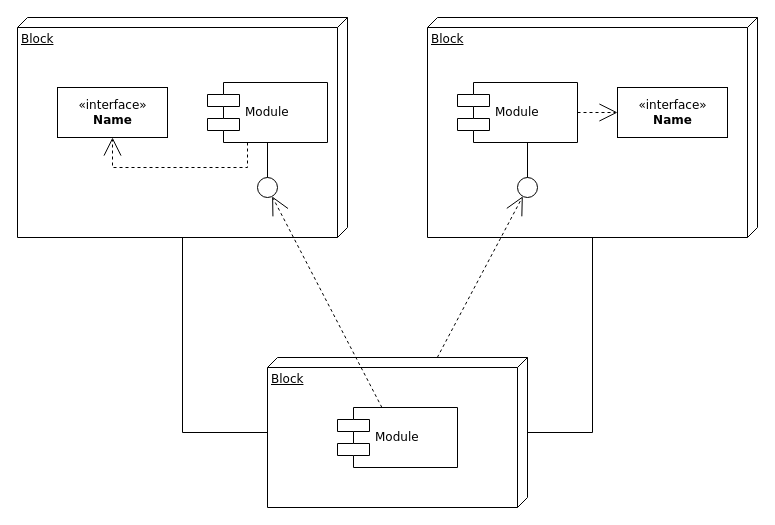
Earlier version of the draw.io diagram page "Page-1" (1 of 3) of Untitled Diagram.drawio (Adiudiu/test). Source tidied: cells renumbered, new cells numbered last; positions are measured from the earlier drawing's top-left corner, leaving out a move shared by most shapes. Both pictures are drawn from the tidied source at 100%, with x=0, y=0 at pixel (17, 17).
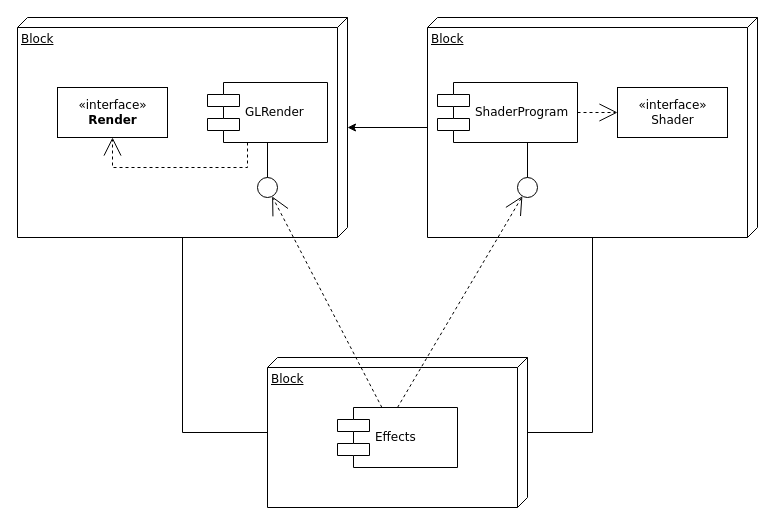
Above is the later version.

The change refers to these unchanged cells:
```xml
<mxCell id="2" value="Block" style="verticalAlign=top;align=left;spacingTop=8;spacingLeft=2;spacingRight=12;shape=cube;size=10;direction=south;fontStyle=4;html=1;rounded=0;shadow=0;comic=0;labelBackgroundColor=none;strokeWidth=1;fontFamily=Verdana;fontSize=12;" parent="1" vertex="1">
  <mxGeometry width="330" height="220" as="geometry" />
</mxCell>
<mxCell id="3" value="Block" style="verticalAlign=top;align=left;spacingTop=8;spacingLeft=2;spacingRight=12;shape=cube;size=10;direction=south;fontStyle=4;html=1;rounded=0;shadow=0;comic=0;labelBackgroundColor=none;strokeWidth=1;fontFamily=Verdana;fontSize=12;" parent="1" vertex="1">
  <mxGeometry x="410" width="330" height="220" as="geometry" />
</mxCell>
<mxCell id="4" value="Block" style="verticalAlign=top;align=left;spacingTop=8;spacingLeft=2;spacingRight=12;shape=cube;size=10;direction=south;fontStyle=4;html=1;rounded=0;shadow=0;comic=0;labelBackgroundColor=none;strokeWidth=1;fontFamily=Verdana;fontSize=12;" parent="1" vertex="1">
  <mxGeometry x="250" y="340" width="260" height="150" as="geometry" />
</mxCell>
<mxCell id="10" style="ellipse;whiteSpace=wrap;html=1;rounded=0;shadow=0;comic=0;labelBackgroundColor=none;strokeWidth=1;fontFamily=Verdana;fontSize=12;align=center;" parent="1" vertex="1">
  <mxGeometry x="500" y="160" width="20" height="20" as="geometry" />
</mxCell>
```

What changed in the source:
```diff
@@
+    <mxCell id="20" style="edgeStyle=orthogonalEdgeStyle;rounded=0;jettySize=auto;html=1;" parent="1" edge="1" source="3" target="2">
+      <mxGeometry relative="1" as="geometry" />
+    </mxCell>
@@
-    <mxCell id="5" value="&amp;laquo;interface&amp;raquo;&lt;br&gt;&lt;b&gt;Name&lt;/b&gt;" style="html=1;rounded=0;shadow=0;comic=0;labelBackgroundColor=none;strokeWidth=1;fontFamily=Verdana;fontSize=12;align=center;" parent="1" vertex="1">
+    <mxCell id="5" value="&lt;div&gt;«interface»&lt;b&gt;&lt;br&gt;&lt;/b&gt;&lt;/div&gt;&lt;div&gt;&lt;b&gt;Render&lt;/b&gt;&lt;/div&gt;" style="html=1;rounded=0;shadow=0;comic=0;labelBackgroundColor=none;strokeWidth=1;fontFamily=Verdana;fontSize=12;align=center;" parent="1" vertex="1">
       <mxGeometry x="40" y="70" width="110" height="50" as="geometry" />
     </mxCell>
-    <mxCell id="6" value="Module" style="shape=component;align=left;spacingLeft=36;rounded=0;shadow=0;comic=0;labelBackgroundColor=none;strokeWidth=1;fontFamily=Verdana;fontSize=12;html=1;" parent="1" vertex="1">
+    <mxCell id="6" value="GLRender" style="shape=component;align=left;spacingLeft=36;rounded=0;shadow=0;comic=0;labelBackgroundColor=none;strokeWidth=1;fontFamily=Verdana;fontSize=12;html=1;" parent="1" vertex="1">
       <mxGeometry x="190" y="65" width="120" height="60" as="geometry" />
     </mxCell>
@@
-    <mxCell id="8" value="Module" style="shape=component;align=left;spacingLeft=36;rounded=0;shadow=0;comic=0;labelBackgroundColor=none;strokeWidth=1;fontFamily=Verdana;fontSize=12;html=1;" parent="1" vertex="1">
-      <mxGeometry x="440" y="65" width="120" height="60" as="geometry" />
+    <mxCell id="8" value="ShaderProgram" style="shape=component;align=left;spacingLeft=36;rounded=0;shadow=0;comic=0;labelBackgroundColor=none;strokeWidth=1;fontFamily=Verdana;fontSize=12;html=1;" parent="1" vertex="1">
+      <mxGeometry x="420" y="65" width="140" height="60" as="geometry" />
     </mxCell>
-    <mxCell id="9" value="&amp;laquo;interface&amp;raquo;&lt;br&gt;&lt;b&gt;Name&lt;/b&gt;" style="html=1;rounded=0;shadow=0;comic=0;labelBackgroundColor=none;strokeWidth=1;fontFamily=Verdana;fontSize=12;align=center;" parent="1" vertex="1">
+    <mxCell id="9" value="&lt;div&gt;«interface»&lt;/div&gt;&lt;div&gt;Shader&lt;br&gt;&lt;/div&gt;" style="html=1;rounded=0;shadow=0;comic=0;labelBackgroundColor=none;strokeWidth=1;fontFamily=Verdana;fontSize=12;align=center;" parent="1" vertex="1">
       <mxGeometry x="600" y="70" width="110" height="50" as="geometry" />
     </mxCell>
@@
-    <mxCell id="11" value="Module" style="shape=component;align=left;spacingLeft=36;rounded=0;shadow=0;comic=0;labelBackgroundColor=none;strokeWidth=1;fontFamily=Verdana;fontSize=12;html=1;" parent="1" vertex="1">
+    <mxCell id="11" value="Effects" style="shape=component;align=left;spacingLeft=36;rounded=0;shadow=0;comic=0;labelBackgroundColor=none;strokeWidth=1;fontFamily=Verdana;fontSize=12;html=1;" parent="1" vertex="1">
       <mxGeometry x="320" y="390" width="120" height="60" as="geometry" />
     </mxCell>
@@
-    <mxCell id="13" style="edgeStyle=none;rounded=0;html=1;dashed=1;labelBackgroundColor=none;startArrow=none;startFill=0;startSize=8;endArrow=open;endFill=0;endSize=16;fontFamily=Verdana;fontSize=12;" parent="1" edge="1" source="4" target="10">
+    <mxCell id="13" style="edgeStyle=none;rounded=0;html=1;dashed=1;labelBackgroundColor=none;startArrow=none;startFill=0;startSize=8;endArrow=open;endFill=0;endSize=16;fontFamily=Verdana;fontSize=12;exitX=0.5;exitY=0;exitDx=0;exitDy=0;" parent="1" edge="1" source="11" target="10">
       <mxGeometry relative="1" as="geometry" />
     </mxCell>
```
